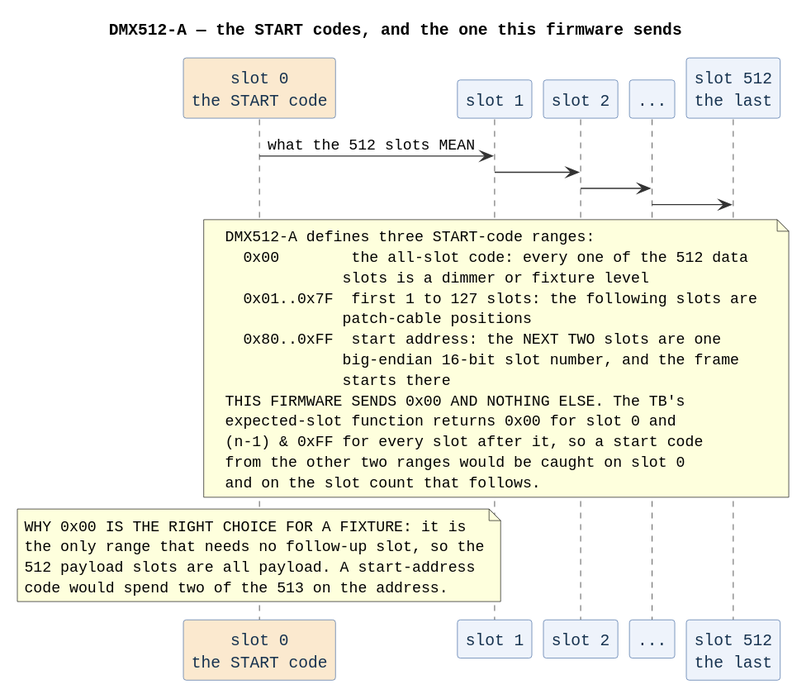
The PlantUML diagram diagrams/proto-dmx512_002.svg in smprather/janestreet-blog-serial-protocol-emulator, before a commit. Source of this version:
```plantuml
@startuml
title DMX512-A — the START codes, and the one this firmware sends
skinparam defaultFontName Monospaced
skinparam ParticipantBackgroundColor #eef3fb
skinparam ParticipantBorderColor #4a6fa5
skinparam ParticipantFontColor #16324f
skinparam SequenceGroupBackgroundColor #fbfbfb
skinparam SequenceGroupBorderColor #b0b0b0
skinparam ArrowColor #333333

participant "slot 0\nthe START code" as S #fbe9cf
participant "slot 1" as S1
participant "slot 2" as S2
participant "..." as SD
participant "slot 512\nthe last" as SL

S -> S1 : what the 512 slots MEAN
S1 -> S2
S2 -> SD
SD -> SL

note over S, SL
  DMX512-A defines three START-code ranges:
    0x00        the all-slot code: every one of the 512 data
               slots is a dimmer or fixture level
    0x01..0x7F  first 1 to 127 slots: the following slots are
               patch-cable positions
    0x80..0xFF  start address: the NEXT TWO slots are one
               big-endian 16-bit slot number, and the frame
               starts there
  THIS FIRMWARE SENDS 0x00 AND NOTHING ELSE. The TB's
  expected-slot function returns 0x00 for slot 0 and
  (n-1) & 0xFF for every slot after it, so a start code
  from the other two ranges would be caught on slot 0
  and on the slot count that follows.
end note
note over S
  WHY 0x00 IS THE RIGHT CHOICE FOR A FIXTURE: it is
  the only range that needs no follow-up slot, so the
  512 payload slots are all payload. A start-address
  code would spend two of the 513 on the address.
end note
@enduml
```
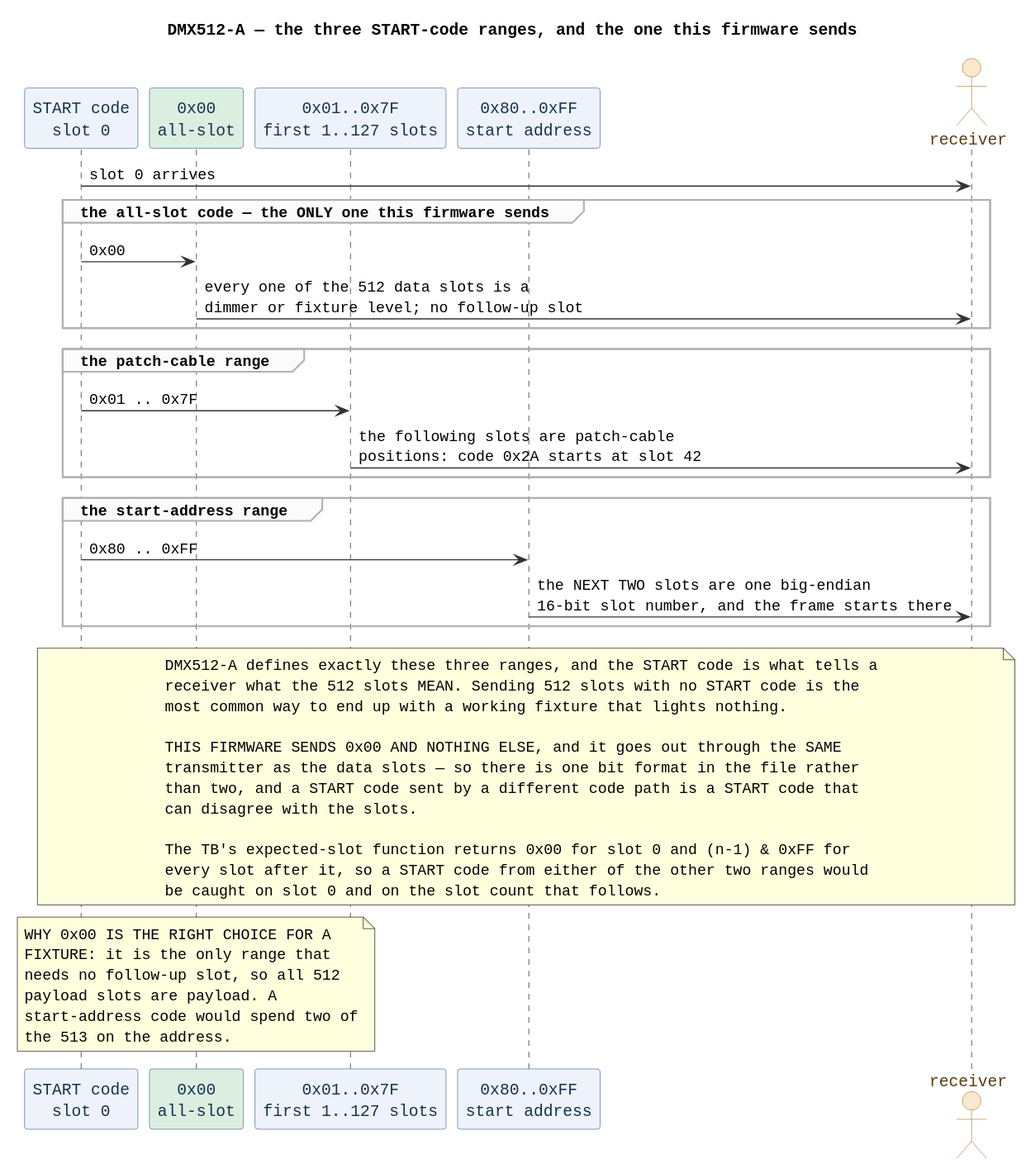
Above is the later version.

What changed in the source:
```diff
@@ -1,43 +1,56 @@
 @startuml
-title DMX512-A — the START codes, and the one this firmware sends
+title DMX512-A — the three START-code ranges, and the one this firmware sends
 skinparam defaultFontName Monospaced
 skinparam ParticipantBackgroundColor #eef3fb
 skinparam ParticipantBorderColor #4a6fa5
 skinparam ParticipantFontColor #16324f
+skinparam ActorBackgroundColor #fbe9cf
+skinparam ActorBorderColor #b8813a
+skinparam ActorFontColor #5a3d12
 skinparam SequenceGroupBackgroundColor #fbfbfb
 skinparam SequenceGroupBorderColor #b0b0b0
 skinparam ArrowColor #333333
 
-participant "slot 0\nthe START code" as S #fbe9cf
-participant "slot 1" as S1
-participant "slot 2" as S2
-participant "..." as SD
-participant "slot 512\nthe last" as SL
+participant "START code\nslot 0" as S0
+participant "0x00\nall-slot" as R00 #dceee0
+participant "0x01..0x7F\nfirst 1..127 slots" as R01
+participant "0x80..0xFF\nstart address" as R80
+actor "receiver" as RX
 
-S -> S1 : what the 512 slots MEAN
-S1 -> S2
-S2 -> SD
-SD -> SL
+S0 -> RX : slot 0 arrives
+group the all-slot code — the ONLY one this firmware sends
+  S0 -> R00 : 0x00
+  R00 -> RX : every one of the 512 data slots is a\ndimmer or fixture level; no follow-up slot
+end
+group the patch-cable range
+  S0 -> R01 : 0x01 .. 0x7F
+  R01 -> RX : the following slots are patch-cable\npositions: code 0x2A starts at slot 42
+end
+group the start-address range
+  S0 -> R80 : 0x80 .. 0xFF
+  R80 -> RX : the NEXT TWO slots are one big-endian\n16-bit slot number, and the frame starts there
+end
 
-note over S, SL
-  DMX512-A defines three START-code ranges:
-    0x00        the all-slot code: every one of the 512 data
-               slots is a dimmer or fixture level
-    0x01..0x7F  first 1 to 127 slots: the following slots are
-               patch-cable positions
-    0x80..0xFF  start address: the NEXT TWO slots are one
-               big-endian 16-bit slot number, and the frame
-               starts there
-  THIS FIRMWARE SENDS 0x00 AND NOTHING ELSE. The TB's
-  expected-slot function returns 0x00 for slot 0 and
-  (n-1) & 0xFF for every slot after it, so a start code
-  from the other two ranges would be caught on slot 0
-  and on the slot count that follows.
+note over S0, RX
+  DMX512-A defines exactly these three ranges, and the START code is what tells a
+  receiver what the 512 slots MEAN. Sending 512 slots with no START code is the
+  most common way to end up with a working fixture that lights nothing.
+
+  THIS FIRMWARE SENDS 0x00 AND NOTHING ELSE, and it goes out through the SAME
+  transmitter as the data slots — so there is one bit format in the file rather
+  than two, and a START code sent by a different code path is a START code that
+  can disagree with the slots.
+
+  The TB's expected-slot function returns 0x00 for slot 0 and (n-1) & 0xFF for
+  every slot after it, so a START code from either of the other two ranges would
+  be caught on slot 0 and on the slot count that follows.
 end note
-note over S
-  WHY 0x00 IS THE RIGHT CHOICE FOR A FIXTURE: it is
-  the only range that needs no follow-up slot, so the
-  512 payload slots are all payload. A start-address
-  code would spend two of the 513 on the address.
+note over R00
+  WHY 0x00 IS THE RIGHT CHOICE FOR A
+  FIXTURE: it is the only range that
+  needs no follow-up slot, so all 512
+  payload slots are payload. A
+  start-address code would spend two of
+  the 513 on the address.
 end note
 @enduml
```
